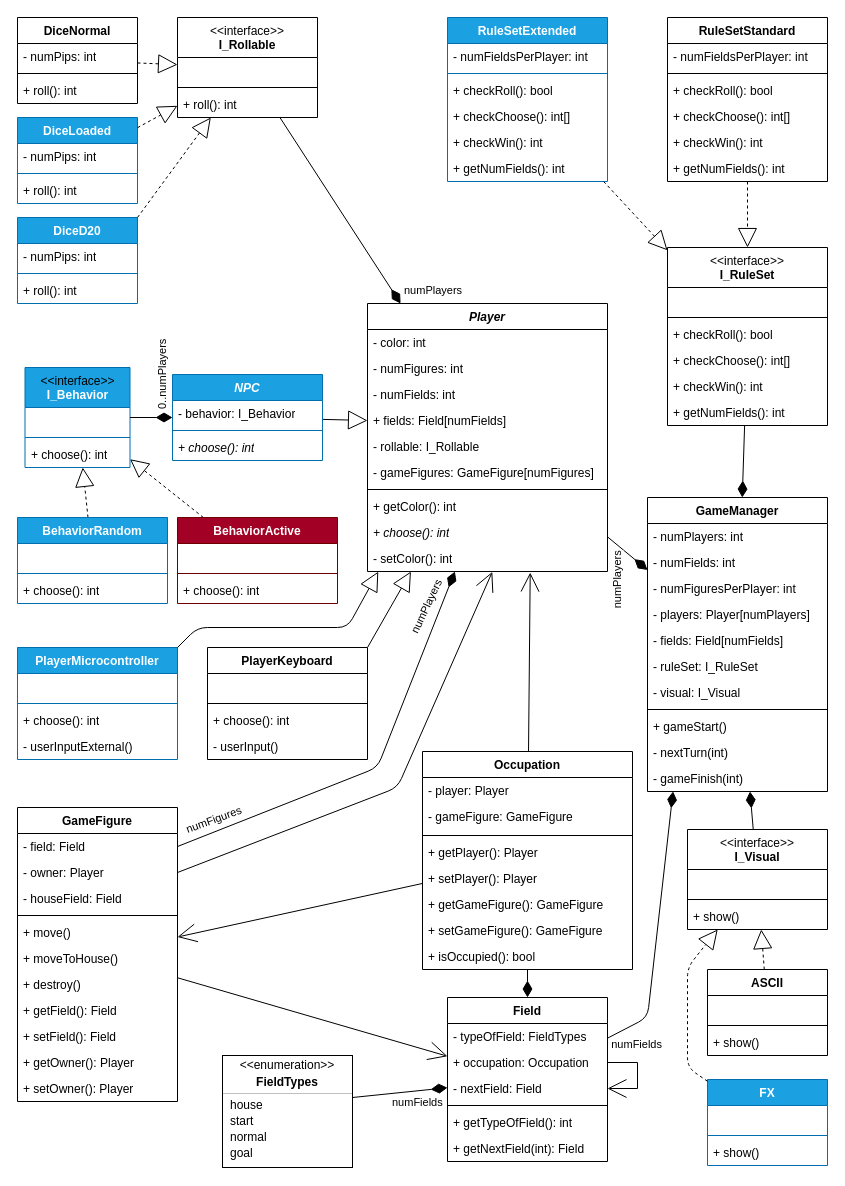
Before: page "Seite-1" (1 of 2) of Rothe/diagramme/KlassendiagrammUML.drawio in Chrisdroid8/EmbeddedSystems, a draw.io diagram. Source tidied: cells renumbered, new cells numbered last; positions are measured from the earlier drawing's top-left corner, leaving out a move shared by most shapes. Both pictures are drawn from the tidied source at 100%, with x=0, y=0 at pixel (17, 17).
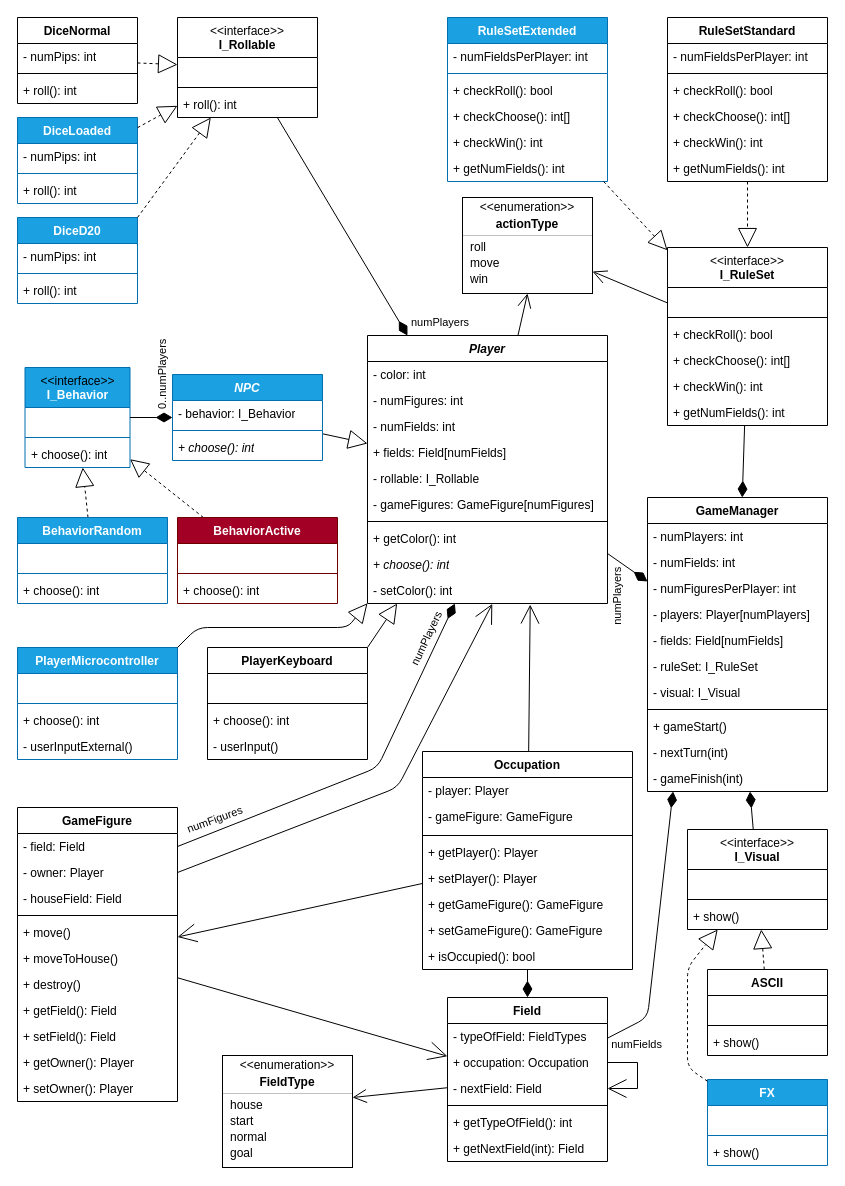
The same diagram, later.

Unchanged cells that the change refers to:
```xml
<mxCell id="10" value="+ fields: Field[numFields]" style="text;strokeColor=none;fillColor=none;align=left;verticalAlign=top;spacingLeft=4;spacingRight=4;overflow=hidden;points=[[0,0.5],[1,0.5]];portConstraint=eastwest;whiteSpace=wrap;html=1;rounded=0;" parent="6" vertex="1">
  <mxGeometry y="104" width="240" height="26" as="geometry" />
</mxCell>
<mxCell id="16" value="- setColor(): int" style="text;strokeColor=none;fillColor=none;align=left;verticalAlign=top;spacingLeft=4;spacingRight=4;overflow=hidden;points=[[0,0.5],[1,0.5]];portConstraint=eastwest;whiteSpace=wrap;html=1;rounded=0;" parent="6" vertex="1">
  <mxGeometry y="242" width="240" height="26" as="geometry" />
</mxCell>
<mxCell id="29" value="Field" style="swimlane;fontStyle=1;align=center;verticalAlign=top;horizontal=1;startSize=26;whiteSpace=wrap;html=1;rounded=0;" parent="1" vertex="1">
  <mxGeometry x="430" y="980" width="160" height="164" as="geometry" />
</mxCell>
<mxCell id="37" style="fontStyle=1;align=center;verticalAlign=middle;horizontal=1;rounded=0;" parent="1" vertex="1">
  <mxGeometry x="205" y="1038" width="130" height="112" as="geometry" />
</mxCell>
<mxCell id="41" value="house" style="html=1;align=left;spacing=0;spacingLeft=8;verticalAlign=middle;strokeColor=none;fillColor=none;whiteSpace=wrap;rounded=0;" parent="37" vertex="1">
  <mxGeometry y="42" width="130" height="16" as="geometry" />
</mxCell>
<mxCell id="73" value="&lt;font style=&quot;color: light-dark(rgb(0, 0, 0), rgb(192, 192, 192)); font-weight: normal;&quot;&gt;&amp;lt;&amp;lt;interface&amp;gt;&amp;gt;&lt;/font&gt;&lt;div&gt;&lt;font style=&quot;color: light-dark(rgb(0, 0, 0), rgb(255, 255, 255));&quot;&gt;I_RuleSet&lt;/font&gt;&lt;/div&gt;" style="swimlane;fontStyle=1;align=center;verticalAlign=top;horizontal=1;startSize=40;whiteSpace=wrap;html=1;" parent="1" vertex="1">
  <mxGeometry x="650" y="230" width="160" height="178" as="geometry" />
</mxCell>
<mxCell id="80" value="&lt;i&gt;NPC&lt;/i&gt;" style="swimlane;fontStyle=1;align=center;verticalAlign=top;horizontal=1;startSize=26;whiteSpace=wrap;html=1;fillColor=#1ba1e2;fontColor=#ffffff;strokeColor=#006EAF;" parent="1" vertex="1">
  <mxGeometry x="155" y="357" width="150" height="86" as="geometry" />
</mxCell>
<mxCell id="84" value="PlayerMicrocontroller" style="swimlane;fontStyle=1;align=center;verticalAlign=top;horizontal=1;startSize=26;whiteSpace=wrap;html=1;fillColor=#1ba1e2;fontColor=#ffffff;strokeColor=#006EAF;" parent="1" vertex="1">
  <mxGeometry y="630" width="160" height="112" as="geometry" />
</mxCell>
```

What changed in the source:
```diff
@@
-    <mxCell id="2" style="endArrow=block;html=1;rounded=0;endFill=0;endSize=16.9291;entryX=0;entryY=0.5;entryDx=0;entryDy=0;" parent="1" edge="1" source="80" target="10">
+    <mxCell id="2" style="endArrow=block;html=1;rounded=0;endFill=0;endSize=16.9291;" parent="1" edge="1" source="80" target="6">
       <mxGeometry relative="1" as="geometry" />
     </mxCell>
@@
     <mxCell id="6" value="&lt;i&gt;Player&lt;/i&gt;" style="swimlane;fontStyle=1;align=center;verticalAlign=top;horizontal=1;startSize=26;whiteSpace=wrap;html=1;swimlaneLine=1;glass=0;swimlaneFillColor=none;rounded=0;" parent="1" vertex="1">
-      <mxGeometry x="350" y="286" width="240" height="268" as="geometry" />
+      <mxGeometry x="350" y="318" width="240" height="268" as="geometry" />
     </mxCell>
@@
-    <mxCell id="39" value="FieldTypes" style="html=1;align=center;spacing=0;verticalAlign=middle;strokeColor=none;fillColor=none;whiteSpace=wrap;fontStyle=1;rounded=0;" parent="37" vertex="1">
+    <mxCell id="39" value="FieldType" style="html=1;align=center;spacing=0;verticalAlign=middle;strokeColor=none;fillColor=none;whiteSpace=wrap;fontStyle=1;rounded=0;" parent="37" vertex="1">
       <mxGeometry y="20" width="130" height="14" as="geometry" />
     </mxCell>
@@
-    <mxCell id="89" style="endArrow=block;html=1;rounded=1;endFill=0;endSize=16.9291;exitX=1;exitY=0;exitDx=0;exitDy=0;curved=0;entryX=0.045;entryY=1.004;entryDx=0;entryDy=0;entryPerimeter=0;" parent="1" edge="1" source="84" target="16">
+    <mxCell id="89" style="endArrow=block;html=1;rounded=1;endFill=0;endSize=16.9291;exitX=1;exitY=0;exitDx=0;exitDy=0;curved=0;entryX=0;entryY=0.987;entryDx=0;entryDy=0;entryPerimeter=0;" parent="1" edge="1" source="84" target="16">
       <mxGeometry relative="1" as="geometry">
         <Array as="points">
           <mxPoint x="180" y="610" />
           <mxPoint x="330" y="610" />
         </Array>
       </mxGeometry>
     </mxCell>
@@
-    <mxCell id="174" style="endArrow=none;html=1;endSize=12;startArrow=diamondThin;startSize=14;startFill=1;endFill=0;entryX=1;entryY=0;entryDx=0;entryDy=0;" parent="1" edge="1" source="29" target="41">
+    <mxCell id="174" style="endArrow=open;html=1;endSize=12;startArrow=none;startSize=14;startFill=0;endFill=0;entryX=1;entryY=0;entryDx=0;entryDy=0;" parent="1" edge="1" source="29" target="41">
       <mxGeometry relative="1" as="geometry" />
     </mxCell>
-    <mxCell id="175" value="numFields" style="edgeLabel;html=1;align=left;verticalAlign=top;" parent="174" vertex="1">
-      <mxGeometry x="-1" relative="1" as="geometry">
-        <mxPoint x="-57" y="2" as="offset" />
-      </mxGeometry>
-    </mxCell>
@@
+    <mxCell id="181" style="fontStyle=1;align=center;verticalAlign=middle;horizontal=1;rounded=0;" parent="1" vertex="1">
+      <mxGeometry x="445" y="180" width="130" height="96" as="geometry" />
+    </mxCell>
+    <mxCell id="182" value="&amp;lt;&amp;lt;enumeration&amp;gt;&amp;gt;" style="html=1;align=center;spacing=0;verticalAlign=middle;strokeColor=none;fillColor=none;whiteSpace=wrap;rounded=0;" parent="181" vertex="1">
+      <mxGeometry width="130" height="20" as="geometry" />
+    </mxCell>
+    <mxCell id="183" value="actionType" style="html=1;align=center;spacing=0;verticalAlign=middle;strokeColor=none;fillColor=none;whiteSpace=wrap;fontStyle=1;rounded=0;" parent="181" vertex="1">
+      <mxGeometry y="20" width="130" height="14" as="geometry" />
+    </mxCell>
+    <mxCell id="184" style="line;strokeWidth=0.25;fillColor=none;align=left;verticalAlign=middle;spacingTop=-1;spacingLeft=3;spacingRight=3;labelPosition=right;rounded=0;" parent="181" vertex="1">
+      <mxGeometry y="34" width="130" height="8" as="geometry" />
+    </mxCell>
+    <mxCell id="185" value="roll" style="html=1;align=left;spacing=0;spacingLeft=8;verticalAlign=middle;strokeColor=none;fillColor=none;whiteSpace=wrap;rounded=0;" parent="181" vertex="1">
+      <mxGeometry y="42" width="130" height="16" as="geometry" />
+    </mxCell>
+    <mxCell id="186" value="move" style="html=1;align=left;spacing=0;spacingLeft=8;verticalAlign=middle;strokeColor=none;fillColor=none;whiteSpace=wrap;rounded=0;" parent="181" vertex="1">
+      <mxGeometry y="58" width="130" height="16" as="geometry" />
+    </mxCell>
+    <mxCell id="187" value="win" style="html=1;align=left;spacing=0;spacingLeft=8;verticalAlign=middle;strokeColor=none;fillColor=none;whiteSpace=wrap;rounded=0;" parent="181" vertex="1">
+      <mxGeometry y="74" width="130" height="16" as="geometry" />
+    </mxCell>
+    <mxCell id="188" style="html=1;align=left;spacing=0;spacingLeft=8;verticalAlign=middle;strokeColor=none;fillColor=none;whiteSpace=wrap;rounded=0;" parent="181" vertex="1">
+      <mxGeometry y="90" width="130" height="6" as="geometry" />
+    </mxCell>
+    <mxCell id="189" style="endArrow=open;html=1;endSize=12;startArrow=none;startSize=14;startFill=0;endFill=0;entryX=0.5;entryY=1;entryDx=0;entryDy=0;" parent="1" edge="1" source="6" target="188">
+      <mxGeometry relative="1" as="geometry" />
+    </mxCell>
+    <mxCell id="190" style="endArrow=open;html=1;endSize=12;startArrow=none;startSize=14;startFill=0;endFill=0;entryX=1;entryY=0;entryDx=0;entryDy=0;" parent="1" edge="1" source="73" target="187">
+      <mxGeometry relative="1" as="geometry" />
+    </mxCell>
```
